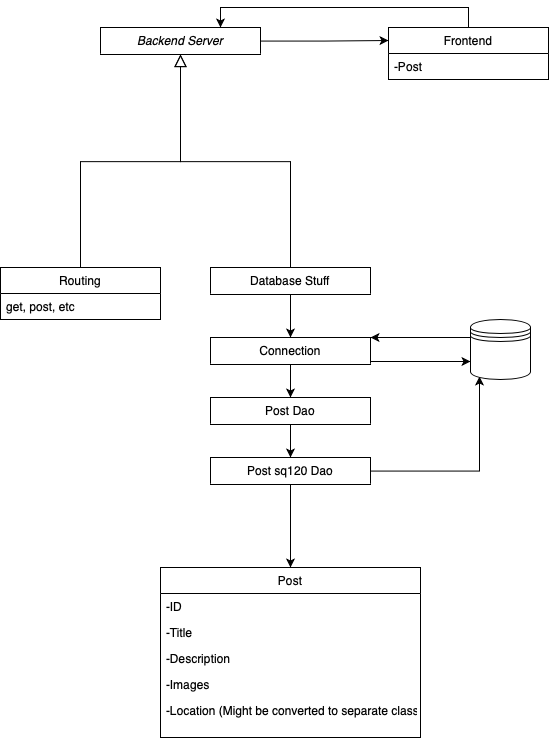
Before: docs/assets/UML/UML-iteration1.png, a diagram exported from draw.io (cs421sp21-OOSE/project-g09). Source tidied: cells renumbered, new cells last; positions are measured from the earlier drawing's top-left corner, leaving out a move shared by most shapes.
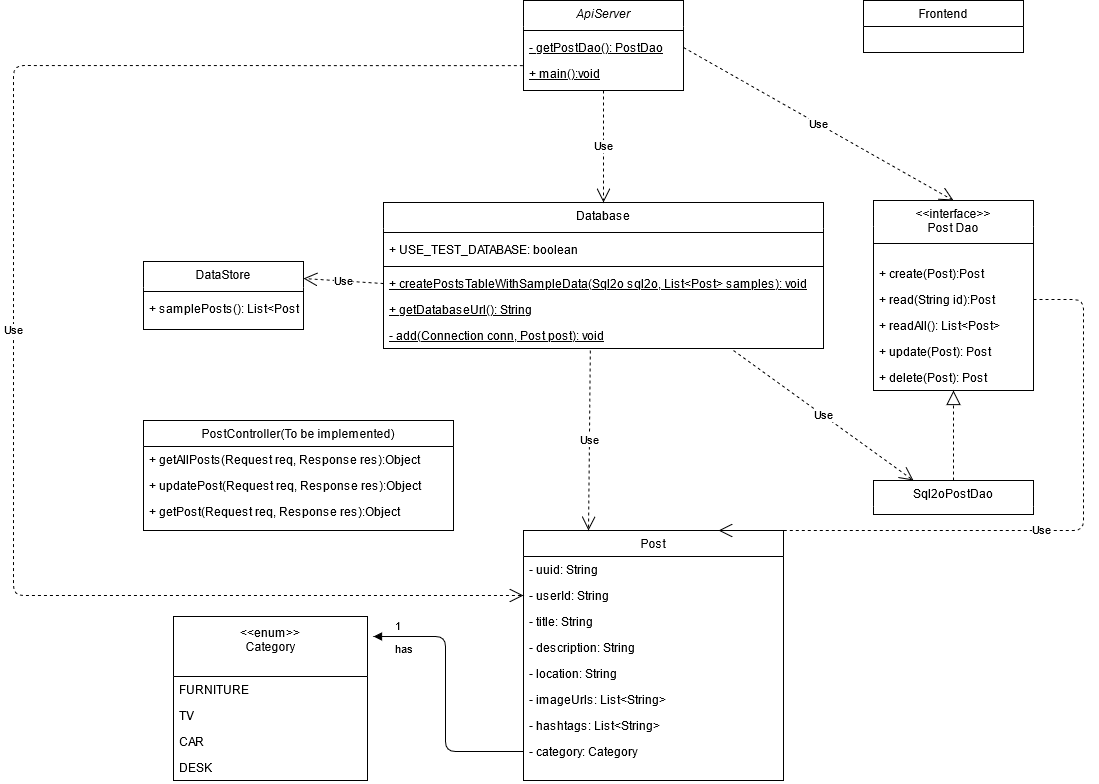
After the commit.

What changed in the source:
```diff
@@ -2,101 +2,174 @@
   <root>
     <mxCell id="0" />
     <mxCell id="1" parent="0" />
-    <mxCell id="2" style="edgeStyle=orthogonalEdgeStyle;rounded=0;jettySize=auto;html=1;entryX=0;entryY=0.25;entryDx=0;entryDy=0;" parent="1" edge="1" source="3" target="11">
-      <mxGeometry relative="1" as="geometry" />
-    </mxCell>
-    <mxCell id="3" value="Backend Server" style="swimlane;fontStyle=2;align=center;verticalAlign=top;horizontal=1;startSize=26;rounded=0;shadow=0;strokeWidth=1;swimlaneLine=0;" parent="1" vertex="1">
-      <mxGeometry x="100" y="20" width="160" height="27" as="geometry" />
+    <mxCell id="3" value="ApiServer" style="swimlane;fontStyle=2;align=center;verticalAlign=top;horizontal=1;startSize=26;rounded=0;shadow=0;strokeWidth=1;swimlaneLine=0;" parent="1" vertex="1">
+      <mxGeometry x="-150" y="-140" width="160" height="90" as="geometry" />
     </mxCell>
+    <mxCell id="29" style="line;strokeWidth=1;fillColor=none;align=left;verticalAlign=middle;spacingTop=-1;spacingLeft=3;spacingRight=3;labelPosition=right;" parent="3" vertex="1">
+      <mxGeometry y="26" width="160" height="8" as="geometry" />
+    </mxCell>
+    <mxCell id="30" value="- getPostDao(): PostDao" style="text;strokeColor=none;fillColor=none;align=left;verticalAlign=top;spacingLeft=4;spacingRight=4;overflow=hidden;points=[[0,0.5],[1,0.5]];portConstraint=eastwest;fontStyle=4;" parent="3" vertex="1">
+      <mxGeometry y="34" width="160" height="26" as="geometry" />
+    </mxCell>
+    <mxCell id="31" value="+ main():void" style="text;strokeColor=none;fillColor=none;align=left;verticalAlign=top;spacingLeft=4;spacingRight=4;overflow=hidden;points=[[0,0.5],[1,0.5]];portConstraint=eastwest;fontStyle=4;" parent="3" vertex="1">
+      <mxGeometry y="60" width="160" height="26" as="geometry" />
+    </mxCell>
-    <mxCell id="4" value="Routing" style="swimlane;fontStyle=0;align=center;verticalAlign=top;horizontal=1;startSize=26;rounded=0;shadow=0;strokeWidth=1;" parent="1" vertex="1">
-      <mxGeometry y="260" width="160" height="52" as="geometry" />
+    <mxCell id="4" value="PostController(To be implemented)" style="swimlane;fontStyle=0;align=center;verticalAlign=top;horizontal=1;startSize=26;rounded=0;shadow=0;strokeWidth=1;" parent="1" vertex="1">
+      <mxGeometry x="-530" y="280" width="310" height="110" as="geometry" />
     </mxCell>
-    <mxCell id="5" value="get, post, etc" style="text;align=left;verticalAlign=top;spacingLeft=4;spacingRight=4;overflow=hidden;" parent="4" vertex="1">
-      <mxGeometry y="26" width="160" height="26" as="geometry" />
-    </mxCell>
-    <mxCell id="6" style="endArrow=block;endSize=10;endFill=0;shadow=0;strokeWidth=1;rounded=0;edgeStyle=elbowEdgeStyle;elbow=vertical;" parent="1" edge="1" source="4" target="3">
-      <mxGeometry relative="1" as="geometry" />
-    </mxCell>
-    <mxCell id="7" style="edgeStyle=orthogonalEdgeStyle;rounded=0;jettySize=auto;html=1;" parent="1" edge="1" source="8" target="15">
-      <mxGeometry relative="1" as="geometry" />
-    </mxCell>
+    <mxCell id="32" value="+ getAllPosts(Request req, Response res):Object" style="text;strokeColor=none;fillColor=none;align=left;verticalAlign=top;spacingLeft=4;spacingRight=4;overflow=hidden;" parent="4" vertex="1">
+      <mxGeometry y="26" width="310" height="26" as="geometry" />
+    </mxCell>
+    <mxCell id="33" value="+ updatePost(Request req, Response res):Object" style="text;strokeColor=none;fillColor=none;align=left;verticalAlign=top;spacingLeft=4;spacingRight=4;overflow=hidden;" parent="4" vertex="1">
+      <mxGeometry y="52" width="310" height="26" as="geometry" />
+    </mxCell>
+    <mxCell id="34" value="+ getPost(Request req, Response res):Object" style="text;strokeColor=none;fillColor=none;align=left;verticalAlign=top;spacingLeft=4;spacingRight=4;overflow=hidden;" parent="4" vertex="1">
+      <mxGeometry y="78" width="310" height="26" as="geometry" />
+    </mxCell>
-    <mxCell id="8" value="Database Stuff" style="swimlane;fontStyle=0;align=center;verticalAlign=top;horizontal=1;startSize=26;rounded=0;shadow=0;strokeWidth=1;swimlaneLine=0;" parent="1" vertex="1">
-      <mxGeometry x="210" y="260" width="160" height="27" as="geometry" />
+    <mxCell id="8" value="Database" style="swimlane;fontStyle=0;align=center;verticalAlign=top;horizontal=1;startSize=26;rounded=0;shadow=0;strokeWidth=1;swimlaneLine=0;" parent="1" vertex="1">
+      <mxGeometry x="-290" y="62" width="440" height="146" as="geometry" />
     </mxCell>
-    <mxCell id="9" style="endArrow=block;endSize=10;endFill=0;shadow=0;strokeWidth=1;rounded=0;edgeStyle=elbowEdgeStyle;elbow=vertical;" parent="1" edge="1" source="8" target="3">
-      <mxGeometry relative="1" as="geometry" />
-    </mxCell>
-    <mxCell id="10" style="edgeStyle=orthogonalEdgeStyle;rounded=0;jettySize=auto;html=1;entryX=0.75;entryY=0;entryDx=0;entryDy=0;" parent="1" edge="1" source="11" target="3">
-      <mxGeometry relative="1" as="geometry">
-        <Array as="points">
-          <mxPoint x="468" />
-          <mxPoint x="220" />
-        </Array>
-      </mxGeometry>
-    </mxCell>
+    <mxCell id="35" style="line;strokeWidth=1;fillColor=none;align=left;verticalAlign=middle;spacingTop=-1;spacingLeft=3;spacingRight=3;labelPosition=right;" parent="8" vertex="1">
+      <mxGeometry y="26" width="440" height="8" as="geometry" />
+    </mxCell>
+    <mxCell id="36" value="+ USE_TEST_DATABASE: boolean" style="text;strokeColor=none;fillColor=none;align=left;verticalAlign=top;spacingLeft=4;spacingRight=4;overflow=hidden;" parent="8" vertex="1">
+      <mxGeometry y="34" width="440" height="26" as="geometry" />
+    </mxCell>
+    <mxCell id="37" style="line;strokeWidth=1;fillColor=none;align=left;verticalAlign=middle;spacingTop=-1;spacingLeft=3;spacingRight=3;labelPosition=right;" parent="8" vertex="1">
+      <mxGeometry y="60" width="440" height="8" as="geometry" />
+    </mxCell>
+    <mxCell id="38" value="+ createPostsTableWithSampleData(Sql2o sql2o, List&lt;Post&gt; samples): void" style="text;strokeColor=none;fillColor=none;align=left;verticalAlign=top;spacingLeft=4;spacingRight=4;overflow=hidden;points=[[0,0.5],[1,0.5]];portConstraint=eastwest;fontStyle=4;" parent="8" vertex="1">
+      <mxGeometry y="68" width="440" height="26" as="geometry" />
+    </mxCell>
+    <mxCell id="39" value="+ getDatabaseUrl(): String" style="text;strokeColor=none;fillColor=none;align=left;verticalAlign=top;spacingLeft=4;spacingRight=4;overflow=hidden;fontStyle=4;" parent="8" vertex="1">
+      <mxGeometry y="94" width="440" height="26" as="geometry" />
+    </mxCell>
+    <mxCell id="40" value="- add(Connection conn, Post post): void" style="text;strokeColor=none;fillColor=none;align=left;verticalAlign=top;spacingLeft=4;spacingRight=4;overflow=hidden;points=[[0,0.5],[1,0.5]];portConstraint=eastwest;fontStyle=4;" parent="8" vertex="1">
+      <mxGeometry y="120" width="440" height="26" as="geometry" />
+    </mxCell>
     <mxCell id="11" value="Frontend" style="swimlane;fontStyle=0;align=center;verticalAlign=top;horizontal=1;startSize=26;rounded=0;shadow=0;strokeWidth=1;" parent="1" vertex="1">
-      <mxGeometry x="388" y="20" width="160" height="52" as="geometry" />
+      <mxGeometry x="190" y="-140" width="160" height="52" as="geometry" />
     </mxCell>
-    <mxCell id="12" value="-Post" style="text;align=left;verticalAlign=top;spacingLeft=4;spacingRight=4;overflow=hidden;" parent="11" vertex="1">
-      <mxGeometry y="26" width="160" height="26" as="geometry" />
-    </mxCell>
-    <mxCell id="13" style="edgeStyle=orthogonalEdgeStyle;rounded=0;jettySize=auto;html=1;entryX=0.5;entryY=0;entryDx=0;entryDy=0;" parent="1" edge="1" source="15" target="17">
-      <mxGeometry relative="1" as="geometry" />
-    </mxCell>
-    <mxCell id="14" style="edgeStyle=orthogonalEdgeStyle;rounded=0;jettySize=auto;html=1;entryX=0;entryY=0.7;entryDx=0;entryDy=0;" parent="1" edge="1" source="15" target="28">
-      <mxGeometry relative="1" as="geometry">
-        <Array as="points">
-          <mxPoint x="400" y="354" />
-          <mxPoint x="400" y="354" />
-        </Array>
-      </mxGeometry>
-    </mxCell>
-    <mxCell id="15" value="Connection" style="swimlane;fontStyle=0;align=center;verticalAlign=top;horizontal=1;startSize=26;rounded=0;shadow=0;strokeWidth=1;swimlaneLine=0;" parent="1" vertex="1">
-      <mxGeometry x="210" y="330" width="160" height="27" as="geometry" />
-    </mxCell>
-    <mxCell id="16" style="edgeStyle=orthogonalEdgeStyle;rounded=0;jettySize=auto;html=1;" parent="1" edge="1" source="17" target="20">
-      <mxGeometry relative="1" as="geometry" />
-    </mxCell>
-    <mxCell id="17" value="Post Dao" style="swimlane;fontStyle=0;align=center;verticalAlign=top;horizontal=1;startSize=26;rounded=0;shadow=0;strokeWidth=1;swimlaneLine=0;" parent="1" vertex="1">
-      <mxGeometry x="210" y="390" width="160" height="27" as="geometry" />
+    <mxCell id="17" value="&lt;&lt;interface&gt;&gt;&#10;Post Dao" style="swimlane;fontStyle=0;align=center;verticalAlign=top;horizontal=1;startSize=26;rounded=0;shadow=0;strokeWidth=1;swimlaneLine=0;" parent="1" vertex="1">
+      <mxGeometry x="200" y="60" width="160" height="190" as="geometry" />
     </mxCell>
-    <mxCell id="18" style="edgeStyle=orthogonalEdgeStyle;rounded=0;jettySize=auto;html=1;entryX=0.5;entryY=0;entryDx=0;entryDy=0;" parent="1" edge="1" source="20" target="21">
-      <mxGeometry relative="1" as="geometry" />
-    </mxCell>
-    <mxCell id="19" style="edgeStyle=orthogonalEdgeStyle;rounded=0;jettySize=auto;html=1;entryX=0.15;entryY=0.95;entryDx=0;entryDy=0;entryPerimeter=0;" parent="1" edge="1" source="20" target="28">
-      <mxGeometry relative="1" as="geometry" />
-    </mxCell>
+    <mxCell id="41" style="line;strokeWidth=1;fillColor=none;align=left;verticalAlign=middle;spacingTop=-1;spacingLeft=3;spacingRight=3;labelPosition=right;" parent="17" vertex="1">
+      <mxGeometry y="26" width="160" height="34" as="geometry" />
+    </mxCell>
+    <mxCell id="42" value="+ create(Post):Post" style="text;strokeColor=none;fillColor=none;align=left;verticalAlign=top;spacingLeft=4;spacingRight=4;overflow=hidden;" parent="17" vertex="1">
+      <mxGeometry y="60" width="160" height="26" as="geometry" />
+    </mxCell>
+    <mxCell id="43" value="+ read(String id):Post" style="text;strokeColor=none;fillColor=none;align=left;verticalAlign=top;spacingLeft=4;spacingRight=4;overflow=hidden;points=[[0,0.5],[1,0.5]];portConstraint=eastwest;" parent="17" vertex="1">
+      <mxGeometry y="86" width="160" height="26" as="geometry" />
+    </mxCell>
+    <mxCell id="44" value="+ readAll(): List&lt;Post&gt;&#10;" style="text;strokeColor=none;fillColor=none;align=left;verticalAlign=top;spacingLeft=4;spacingRight=4;overflow=hidden;" parent="17" vertex="1">
+      <mxGeometry y="112" width="160" height="26" as="geometry" />
+    </mxCell>
+    <mxCell id="45" value="+ update(Post): Post" style="text;strokeColor=none;fillColor=none;align=left;verticalAlign=top;spacingLeft=4;spacingRight=4;overflow=hidden;" parent="17" vertex="1">
+      <mxGeometry y="138" width="160" height="26" as="geometry" />
+    </mxCell>
+    <mxCell id="46" value="+ delete(Post): Post" style="text;strokeColor=none;fillColor=none;align=left;verticalAlign=top;spacingLeft=4;spacingRight=4;overflow=hidden;" parent="17" vertex="1">
+      <mxGeometry y="164" width="160" height="26" as="geometry" />
+    </mxCell>
-    <mxCell id="20" value="Post sq120 Dao" style="swimlane;fontStyle=0;align=center;verticalAlign=top;horizontal=1;startSize=26;rounded=0;shadow=0;strokeWidth=1;swimlaneLine=0;" parent="1" vertex="1">
-      <mxGeometry x="210" y="450" width="160" height="27" as="geometry" />
+    <mxCell id="20" value="Sql2oPostDao" style="swimlane;fontStyle=0;align=center;verticalAlign=top;horizontal=1;startSize=26;rounded=0;shadow=0;strokeWidth=1;swimlaneLine=0;" parent="1" vertex="1">
+      <mxGeometry x="200" y="340" width="160" height="34" as="geometry" />
     </mxCell>
     <mxCell id="21" value="Post" style="swimlane;fontStyle=0;align=center;verticalAlign=top;horizontal=1;startSize=26;rounded=0;shadow=0;strokeWidth=1;swimlaneLine=1;" parent="1" vertex="1">
-      <mxGeometry x="160" y="560" width="260" height="170" as="geometry" />
+      <mxGeometry x="-150" y="390" width="260" height="250" as="geometry" />
     </mxCell>
-    <mxCell id="22" value="-ID" style="text;align=left;verticalAlign=top;spacingLeft=4;spacingRight=4;overflow=hidden;" parent="21" vertex="1">
+    <mxCell id="22" value="- uuid: String" style="text;align=left;verticalAlign=top;spacingLeft=4;spacingRight=4;overflow=hidden;" parent="21" vertex="1">
       <mxGeometry y="26" width="260" height="26" as="geometry" />
     </mxCell>
+    <mxCell id="47" value="- userId: String" style="text;strokeColor=none;fillColor=none;align=left;verticalAlign=top;spacingLeft=4;spacingRight=4;overflow=hidden;points=[[0,0.5],[1,0.5]];portConstraint=eastwest;" parent="21" vertex="1">
+      <mxGeometry y="52" width="260" height="26" as="geometry" />
+    </mxCell>
-    <mxCell id="23" value="-Title" style="text;align=left;verticalAlign=top;spacingLeft=4;spacingRight=4;overflow=hidden;" parent="21" vertex="1">
-      <mxGeometry y="52" width="260" height="26" as="geometry" />
+    <mxCell id="23" value="- title: String" style="text;align=left;verticalAlign=top;spacingLeft=4;spacingRight=4;overflow=hidden;" parent="21" vertex="1">
+      <mxGeometry y="78" width="260" height="26" as="geometry" />
     </mxCell>
-    <mxCell id="24" value="-Description" style="text;align=left;verticalAlign=top;spacingLeft=4;spacingRight=4;overflow=hidden;" parent="21" vertex="1">
-      <mxGeometry y="78" width="260" height="26" as="geometry" />
+    <mxCell id="24" value="- description: String" style="text;align=left;verticalAlign=top;spacingLeft=4;spacingRight=4;overflow=hidden;" parent="21" vertex="1">
+      <mxGeometry y="104" width="260" height="26" as="geometry" />
     </mxCell>
-    <mxCell id="25" value="-Images" style="text;align=left;verticalAlign=top;spacingLeft=4;spacingRight=4;overflow=hidden;" parent="21" vertex="1">
-      <mxGeometry y="104" width="260" height="26" as="geometry" />
+    <mxCell id="25" value="- location: String" style="text;align=left;verticalAlign=top;spacingLeft=4;spacingRight=4;overflow=hidden;" parent="21" vertex="1">
+      <mxGeometry y="130" width="260" height="26" as="geometry" />
     </mxCell>
-    <mxCell id="26" value="-Location (Might be converted to separate class)" style="text;align=left;verticalAlign=top;spacingLeft=4;spacingRight=4;overflow=hidden;" parent="21" vertex="1">
-      <mxGeometry y="130" width="260" height="26" as="geometry" />
-    </mxCell>
-    <mxCell id="27" style="edgeStyle=orthogonalEdgeStyle;rounded=0;jettySize=auto;html=1;" parent="1" edge="1" source="28">
-      <mxGeometry relative="1" as="geometry">
-        <mxPoint x="370" y="330" as="targetPoint" />
-        <Array as="points">
-          <mxPoint x="370" y="330" />
-        </Array>
-      </mxGeometry>
-    </mxCell>
-    <mxCell id="28" style="shape=datastore;whiteSpace=wrap;html=1;strokeColor=#000000;fillColor=#ffffff;" parent="1" vertex="1">
-      <mxGeometry x="470" y="312" width="60" height="60" as="geometry" />
-    </mxCell>
+    <mxCell id="48" value="- imageUrls: List&lt;String&gt;" style="text;strokeColor=none;fillColor=none;align=left;verticalAlign=top;spacingLeft=4;spacingRight=4;overflow=hidden;" parent="21" vertex="1">
+      <mxGeometry y="156" width="260" height="26" as="geometry" />
+    </mxCell>
+    <mxCell id="49" value="- hashtags: List&lt;String&gt;" style="text;strokeColor=none;fillColor=none;align=left;verticalAlign=top;spacingLeft=4;spacingRight=4;overflow=hidden;" parent="21" vertex="1">
+      <mxGeometry y="182" width="260" height="26" as="geometry" />
+    </mxCell>
+    <mxCell id="50" value="- category: Category" style="text;strokeColor=none;fillColor=none;align=left;verticalAlign=top;spacingLeft=4;spacingRight=4;overflow=hidden;points=[[0,0.5],[1,0.5]];portConstraint=eastwest;" parent="21" vertex="1">
+      <mxGeometry y="208" width="260" height="26" as="geometry" />
+    </mxCell>
+    <mxCell id="51" value="DataStore" style="swimlane;fontStyle=0;align=center;verticalAlign=top;horizontal=1;startSize=26;rounded=0;shadow=0;strokeWidth=1;swimlaneLine=0;" parent="1" vertex="1">
+      <mxGeometry x="-530" y="121" width="160" height="68" as="geometry" />
+    </mxCell>
+    <mxCell id="52" style="line;strokeWidth=1;fillColor=none;align=left;verticalAlign=middle;spacingTop=-1;spacingLeft=3;spacingRight=3;labelPosition=right;" parent="51" vertex="1">
+      <mxGeometry y="26" width="160" height="8" as="geometry" />
+    </mxCell>
+    <mxCell id="53" value="+ samplePosts(): List&lt;Post&gt;" style="text;strokeColor=none;fillColor=none;align=left;verticalAlign=top;spacingLeft=4;spacingRight=4;overflow=hidden;" parent="51" vertex="1">
+      <mxGeometry y="34" width="160" height="26" as="geometry" />
+    </mxCell>
+    <mxCell id="54" value="Use" style="endArrow=open;endSize=12;dashed=1;html=1;exitX=0;exitY=0.5;exitDx=0;exitDy=0;entryX=1;entryY=0.25;entryDx=0;entryDy=0;" parent="1" edge="1" source="38" target="51">
+      <mxGeometry relative="1" as="geometry" />
+    </mxCell>
+    <mxCell id="55" style="endArrow=block;dashed=1;endFill=0;endSize=12;html=1;exitX=0.5;exitY=0;exitDx=0;exitDy=0;entryX=0.5;entryY=1;entryDx=0;entryDy=0;" parent="1" edge="1" source="20" target="17">
+      <mxGeometry relative="1" as="geometry" />
+    </mxCell>
+    <mxCell id="56" value="Use" style="endArrow=open;endSize=12;dashed=1;html=1;entryX=0.5;entryY=0;entryDx=0;entryDy=0;exitX=1;exitY=0.5;exitDx=0;exitDy=0;" parent="1" edge="1" source="30" target="17">
+      <mxGeometry relative="1" as="geometry" />
+    </mxCell>
+    <mxCell id="57" value="Use" style="endArrow=open;endSize=12;dashed=1;html=1;entryX=0.5;entryY=0;entryDx=0;entryDy=0;exitX=0.5;exitY=1;exitDx=0;exitDy=0;" parent="1" edge="1" source="3" target="8">
+      <mxGeometry relative="1" as="geometry" />
+    </mxCell>
+    <mxCell id="58" value="&lt;&lt;enum&gt;&gt;&#10;Category&#10;" style="swimlane;fontStyle=0;horizontal=1;startSize=60;fillColor=none;" parent="1" vertex="1">
+      <mxGeometry x="-500" y="476" width="194" height="164" as="geometry" />
+    </mxCell>
+    <mxCell id="59" value="FURNITURE" style="text;strokeColor=none;fillColor=none;align=left;verticalAlign=top;spacingLeft=4;spacingRight=4;overflow=hidden;" parent="58" vertex="1">
+      <mxGeometry y="60" width="194" height="26" as="geometry" />
+    </mxCell>
+    <mxCell id="60" value="TV" style="text;strokeColor=none;fillColor=none;align=left;verticalAlign=top;spacingLeft=4;spacingRight=4;overflow=hidden;" parent="58" vertex="1">
+      <mxGeometry y="86" width="194" height="26" as="geometry" />
+    </mxCell>
+    <mxCell id="61" value="CAR" style="text;strokeColor=none;fillColor=none;align=left;verticalAlign=top;spacingLeft=4;spacingRight=4;overflow=hidden;" parent="58" vertex="1">
+      <mxGeometry y="112" width="194" height="26" as="geometry" />
+    </mxCell>
+    <mxCell id="62" value="DESK" style="text;strokeColor=none;fillColor=none;align=left;verticalAlign=top;spacingLeft=4;spacingRight=4;overflow=hidden;" parent="58" vertex="1">
+      <mxGeometry y="138" width="194" height="26" as="geometry" />
+    </mxCell>
+    <mxCell id="63" value="has" style="endArrow=block;endFill=1;html=1;edgeStyle=orthogonalEdgeStyle;align=left;verticalAlign=top;exitX=0;exitY=0.5;exitDx=0;exitDy=0;entryX=1.031;entryY=0.122;entryDx=0;entryDy=0;entryPerimeter=0;" parent="1" edge="1" source="50" target="58">
+      <mxGeometry x="0.85" relative="1" as="geometry">
+        <mxPoint x="1" as="offset" />
+      </mxGeometry>
+    </mxCell>
+    <mxCell id="64" value="1" style="edgeLabel;html=1;align=left;verticalAlign=bottom;" parent="63" vertex="1">
+      <mxGeometry x="-1" relative="1" as="geometry">
+        <mxPoint x="-130" y="-117" as="offset" />
+      </mxGeometry>
+    </mxCell>
+    <mxCell id="65" value="Use" style="endArrow=open;endSize=12;dashed=1;html=1;entryX=0;entryY=0.5;entryDx=0;entryDy=0;exitX=-0.004;exitY=0.197;exitDx=0;exitDy=0;exitPerimeter=0;" parent="1" edge="1" source="31" target="47">
+      <mxGeometry relative="1" as="geometry">
+        <Array as="points">
+          <mxPoint x="-660" y="-75" />
+          <mxPoint x="-660" y="455" />
+        </Array>
+      </mxGeometry>
+    </mxCell>
+    <mxCell id="66" value="Use" style="endArrow=open;endSize=12;dashed=1;html=1;entryX=0.25;entryY=0;entryDx=0;entryDy=0;exitX=0.47;exitY=1.077;exitDx=0;exitDy=0;exitPerimeter=0;" parent="1" edge="1" source="40" target="21">
+      <mxGeometry relative="1" as="geometry" />
+    </mxCell>
+    <mxCell id="67" value="Use" style="endArrow=open;endSize=12;dashed=1;html=1;entryX=0.75;entryY=0;entryDx=0;entryDy=0;exitX=1;exitY=0.5;exitDx=0;exitDy=0;" parent="1" edge="1" source="43" target="21">
+      <mxGeometry relative="1" as="geometry">
+        <Array as="points">
+          <mxPoint x="410" y="159" />
+          <mxPoint x="410" y="390" />
+        </Array>
+      </mxGeometry>
+    </mxCell>
+    <mxCell id="68" value="Use" style="endArrow=open;endSize=12;dashed=1;html=1;entryX=0.25;entryY=0;entryDx=0;entryDy=0;" parent="1" edge="1" target="20">
+      <mxGeometry relative="1" as="geometry">
+        <mxPoint x="60" y="210" as="sourcePoint" />
+      </mxGeometry>
+    </mxCell>
   </root>
 </mxGraphModel>
```
